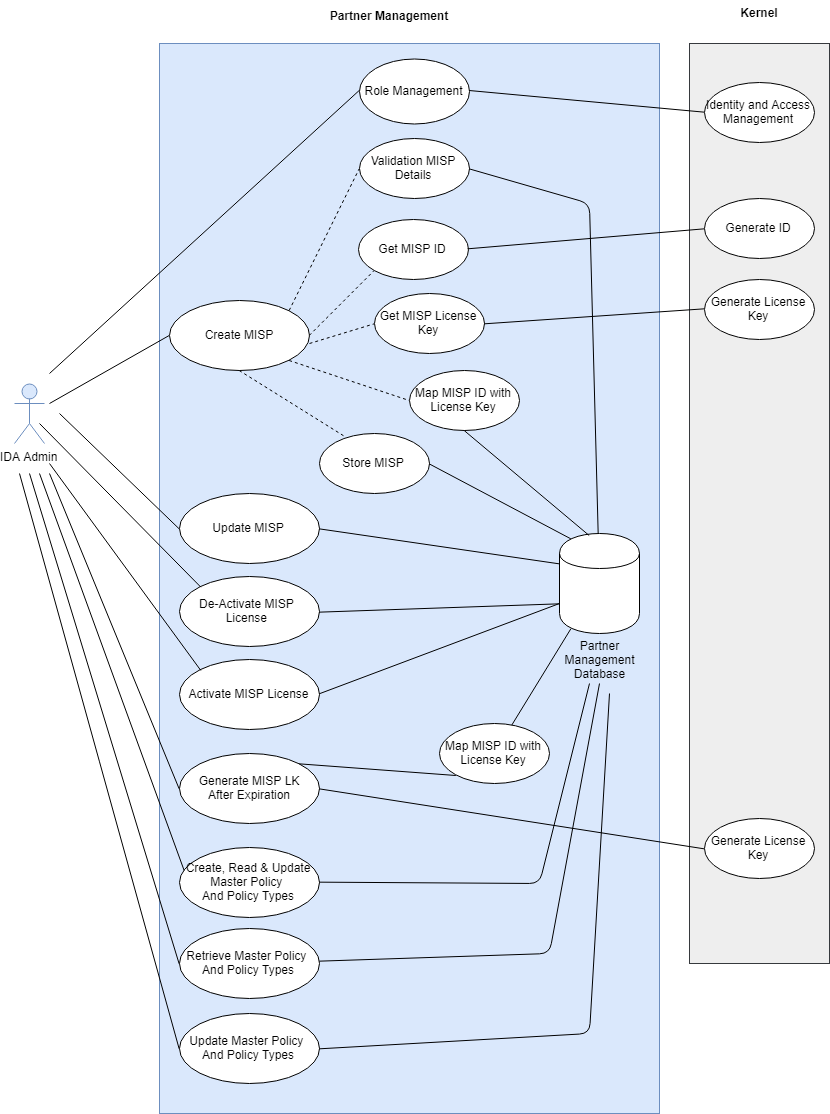
ssenmosip/mosip-temp-documentation keeps this draw.io diagram as _images/arch_diagrams/PMMISPMgmt.png. Above is the earlier version. Source tidied: cells renumbered, new cells last; positions are measured from the earlier drawing's top-left corner, leaving out a move shared by most shapes.
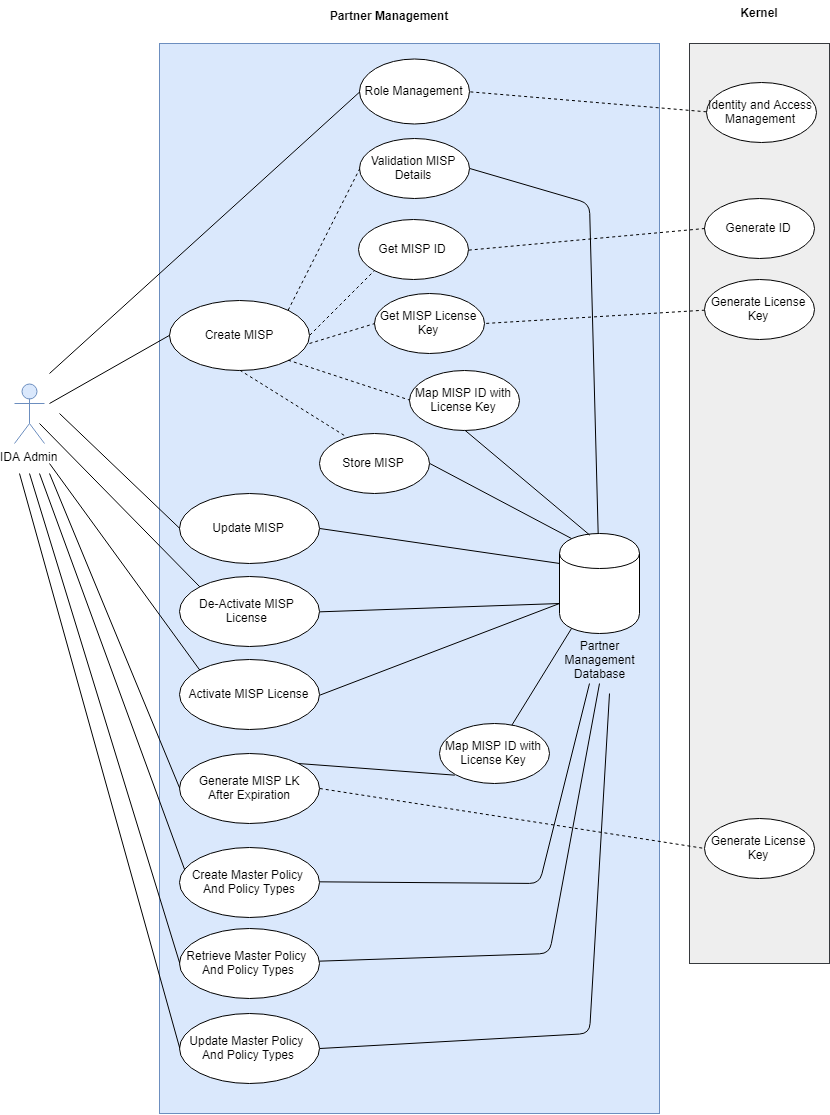
The same file after the commit.

What changed in the source:
```diff
@@ -106,13 +106,13 @@
     <mxCell id="31" value="Generate ID&lt;br&gt;" style="ellipse;whiteSpace=wrap;html=1;rotation=0;" parent="1" vertex="1">
       <mxGeometry x="690" y="198" width="110" height="60" as="geometry" />
     </mxCell>
-    <mxCell id="32" style="endArrow=none;html=1;exitX=0;exitY=0.5;exitDx=0;exitDy=0;entryX=1;entryY=0.5;entryDx=0;entryDy=0;" parent="1" edge="1" source="31" target="9">
+    <mxCell id="32" style="endArrow=none;html=1;exitX=0;exitY=0.5;exitDx=0;exitDy=0;entryX=1;entryY=0.5;entryDx=0;entryDy=0;dashed=1;" parent="1" edge="1" source="31" target="9">
       <mxGeometry relative="1" as="geometry" />
     </mxCell>
     <mxCell id="33" value="Identity and Access Management&lt;br&gt;" style="ellipse;whiteSpace=wrap;html=1;rotation=0;" parent="1" vertex="1">
-      <mxGeometry x="690" y="82" width="110" height="60" as="geometry" />
+      <mxGeometry x="692" y="82" width="110" height="60" as="geometry" />
     </mxCell>
-    <mxCell id="34" style="endArrow=none;html=1;exitX=0;exitY=0.5;exitDx=0;exitDy=0;entryX=1;entryY=0.5;entryDx=0;entryDy=0;" parent="1" edge="1" source="33" target="7">
+    <mxCell id="34" style="endArrow=none;html=1;exitX=0;exitY=0.5;exitDx=0;exitDy=0;entryX=1;entryY=0.5;entryDx=0;entryDy=0;dashed=1;" parent="1" edge="1" source="33" target="7">
       <mxGeometry relative="1" as="geometry" />
     </mxCell>
     <mxCell id="35" value="Store MISP&lt;br&gt;" style="ellipse;whiteSpace=wrap;html=1;rotation=0;" parent="1" vertex="1">
@@ -124,15 +124,12 @@
     <mxCell id="37" style="endArrow=none;html=1;exitX=0.15;exitY=0.05;exitDx=0;exitDy=0;entryX=1;entryY=0.5;entryDx=0;entryDy=0;exitPerimeter=0;" parent="1" edge="1" source="19" target="35">
       <mxGeometry relative="1" as="geometry" />
     </mxCell>
-    <mxCell id="38" style="endArrow=none;html=1;exitX=0;exitY=0.5;exitDx=0;exitDy=0;entryX=1;entryY=0.5;entryDx=0;entryDy=0;" parent="1" edge="1" source="42" target="10">
+    <mxCell id="38" style="endArrow=none;html=1;exitX=0;exitY=0.5;exitDx=0;exitDy=0;entryX=1;entryY=0.5;entryDx=0;entryDy=0;dashed=1;" parent="1" edge="1" source="42" target="10">
       <mxGeometry relative="1" as="geometry" />
     </mxCell>
     <mxCell id="39" value="Generate License Key&lt;br&gt;" style="ellipse;whiteSpace=wrap;html=1;rotation=0;" parent="1" vertex="1">
       <mxGeometry x="690" y="818" width="110" height="60" as="geometry" />
     </mxCell>
-    <mxCell id="40" style="endArrow=none;html=1;exitX=0;exitY=0.5;exitDx=0;exitDy=0;entryX=1;entryY=0.5;entryDx=0;entryDy=0;" parent="1" edge="1" source="39" target="18">
-      <mxGeometry relative="1" as="geometry" />
-    </mxCell>
     <mxCell id="41" style="endArrow=none;html=1;exitX=0.377;exitY=0.016;exitDx=0;exitDy=0;entryX=0.5;entryY=1;entryDx=0;entryDy=0;exitPerimeter=0;" parent="1" edge="1" source="19" target="11">
       <mxGeometry relative="1" as="geometry" />
     </mxCell>
@@ -160,7 +157,7 @@
     <mxCell id="47" style="endArrow=none;html=1;entryX=0.15;entryY=0.95;entryDx=0;entryDy=0;entryPerimeter=0;" parent="1" edge="1" source="45" target="19">
       <mxGeometry relative="1" as="geometry" />
     </mxCell>
-    <mxCell id="48" value="Create, Read &amp;amp; Update Master Policy &lt;br&gt;And Policy Types&lt;br&gt;" style="ellipse;whiteSpace=wrap;html=1;" parent="1" vertex="1">
+    <mxCell id="48" value="Create Master Policy &lt;br&gt;And Policy Types&lt;br&gt;" style="ellipse;whiteSpace=wrap;html=1;" parent="1" vertex="1">
       <mxGeometry x="165" y="847" width="140" height="70" as="geometry" />
     </mxCell>
     <mxCell id="49" style="endArrow=none;html=1;entryX=0.039;entryY=0.328;entryDx=0;entryDy=0;entryPerimeter=0;" parent="1" edge="1" target="48">
@@ -208,5 +205,8 @@
         </Array>
       </mxGeometry>
     </mxCell>
+    <mxCell id="57" style="endArrow=none;dashed=1;html=1;entryX=0;entryY=0.5;entryDx=0;entryDy=0;exitX=1;exitY=0.5;exitDx=0;exitDy=0;" parent="1" edge="1" source="18" target="39">
+      <mxGeometry relative="1" as="geometry" />
+    </mxCell>
   </root>
 </mxGraphModel>
```
